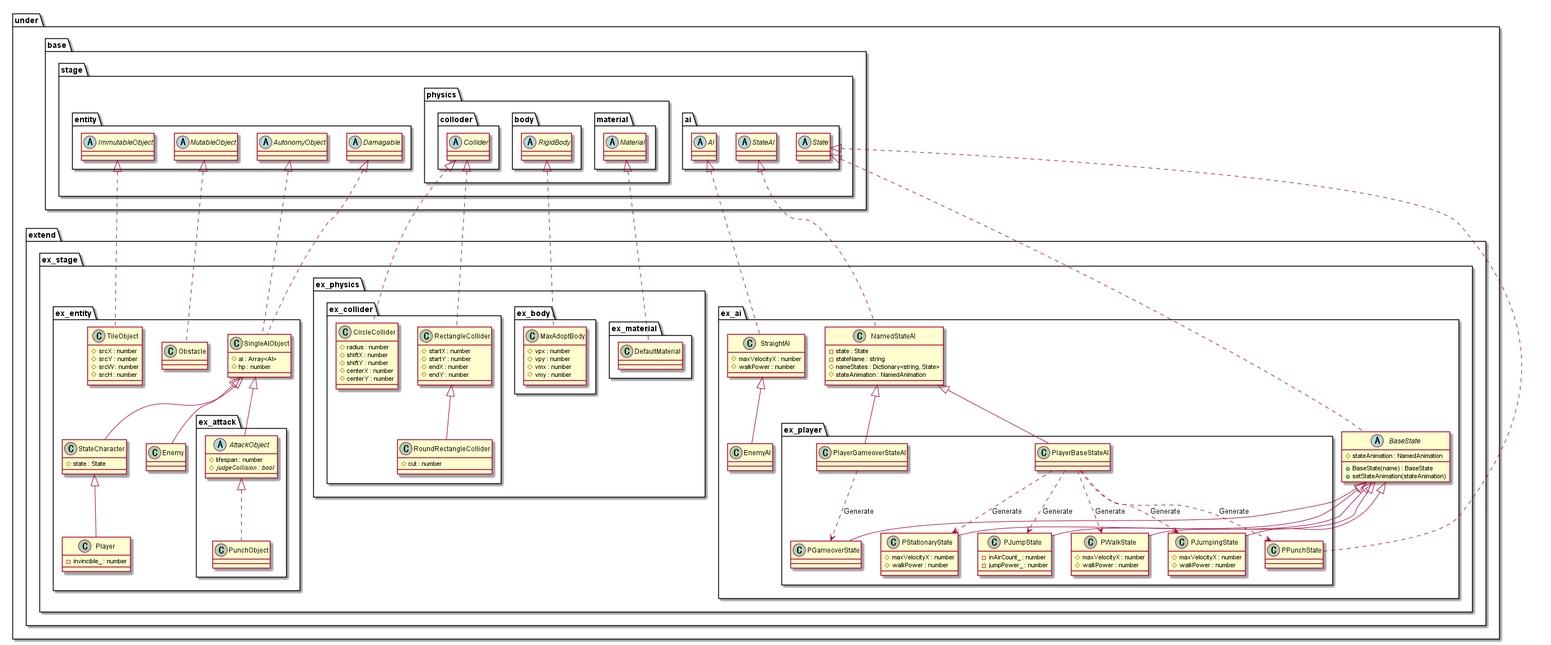
This is out/uml/entity/Extend/EntityExtend.png from Expine/Under, a PlantUML export, as it was before one commit.
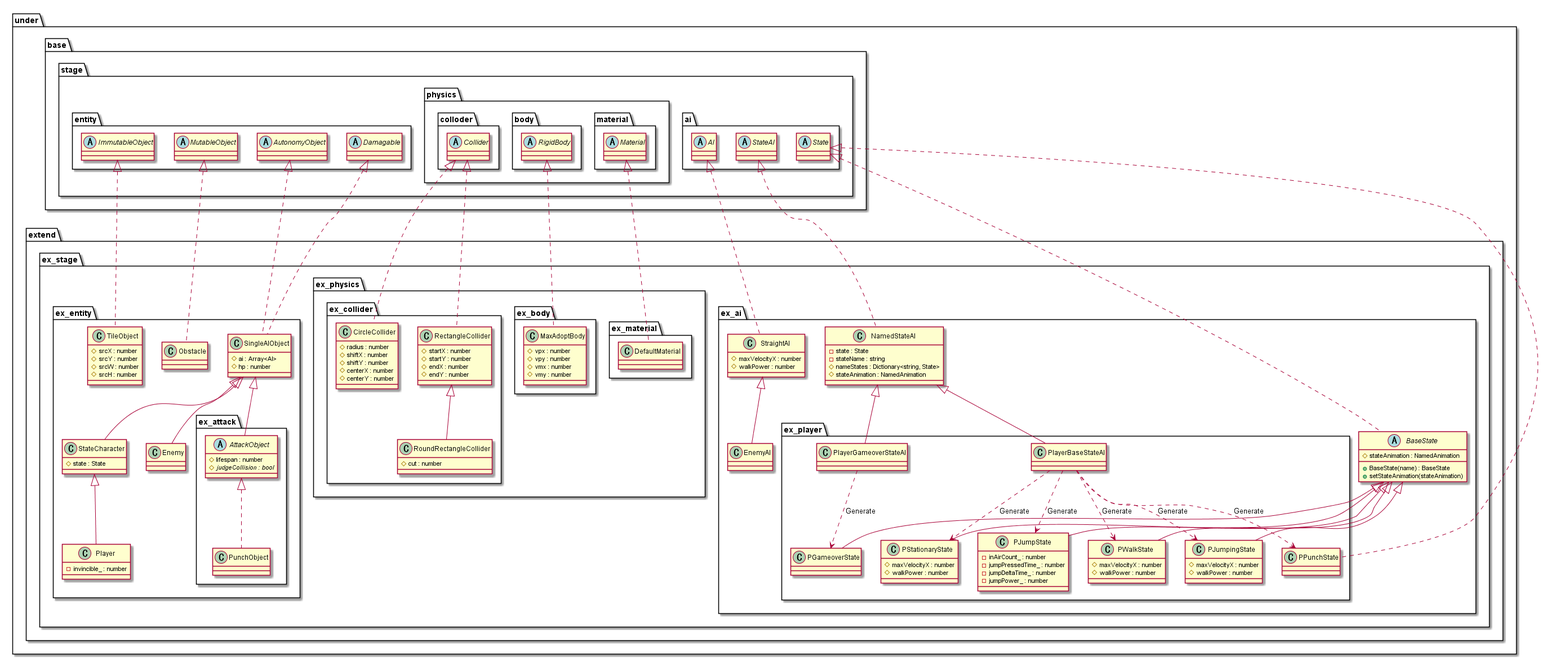
The same file after the commit.

Change to the diagram source:
```diff
@@ -93,6 +93,8 @@
                     }
                     class PJumpState {
                         -inAirCount_ : number
+                        -jumpPressedTime_ : number
+                        -jumpDeltaTime_ : number
                         -jumpPower_ : number
                     }
                     class PJumpingState {
```
